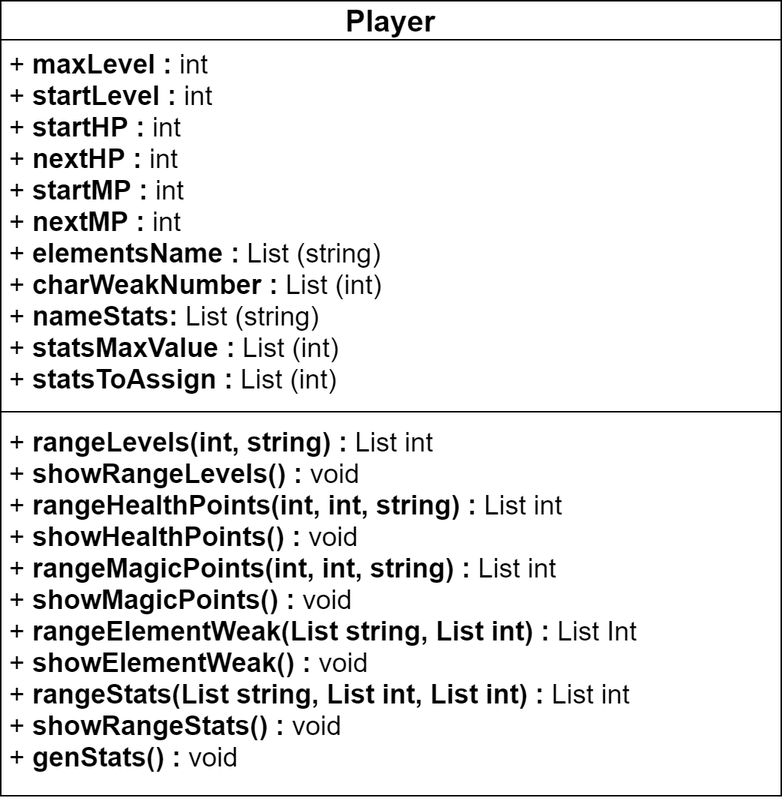
The draw.io diagram img/player_uml.png in rohwid/id-thesis-book-min-electics-its, before a commit. Source tidied: cells renumbered, new cells last; positions are measured from the earlier drawing's top-left corner, leaving out a move shared by most shapes. Its diagram source:
```xml
<mxGraphModel>
  <root>
    <mxCell id="0" />
    <mxCell id="1" parent="0" />
    <mxCell id="2" value="Player" style="swimlane;fontStyle=1;align=center;verticalAlign=bottom;horizontal=1;startSize=26;fontSize=20;labelBackgroundColor=none;labelBorderColor=none;" parent="1" vertex="1">
      <mxGeometry width="520" height="530" as="geometry" />
    </mxCell>
    <mxCell id="3" value="+ &lt;b&gt;maxLevel&lt;/b&gt; &lt;b&gt;:&lt;/b&gt; int&lt;br&gt;+ &lt;b&gt;startLevel&lt;/b&gt; &lt;b&gt;:&lt;/b&gt; int&lt;br&gt;+ &lt;b&gt;startHP&lt;/b&gt; &lt;b&gt;:&lt;/b&gt;&amp;nbsp;int&lt;br&gt;+ &lt;b&gt;nextHP&lt;/b&gt;&amp;nbsp;&lt;b&gt;:&lt;/b&gt;&amp;nbsp;int&lt;br&gt;+ &lt;b&gt;startMP :&lt;/b&gt;&amp;nbsp;int&lt;br&gt;+&amp;nbsp;&lt;b&gt;nextMP :&lt;/b&gt;&amp;nbsp;int&lt;br&gt;+&amp;nbsp;&lt;b&gt;elementsName :&lt;/b&gt;&amp;nbsp;List (string)&lt;br&gt;+&amp;nbsp;&lt;b&gt;charWeakNumber :&lt;/b&gt;&amp;nbsp;List (int)&lt;br&gt;+ &lt;b&gt;nameStats:&lt;/b&gt; List (string)&lt;br&gt;+ &lt;b&gt;statsMaxValue :&lt;/b&gt; List (int)&lt;br&gt;+ &lt;b&gt;statsToAssign :&lt;/b&gt; List (int)" style="text;strokeColor=none;fillColor=none;align=left;verticalAlign=top;spacingLeft=4;spacingRight=4;overflow=hidden;fontSize=18;html=1;" parent="2" vertex="1">
      <mxGeometry y="26" width="520" height="244" as="geometry" />
    </mxCell>
    <mxCell id="4" style="line;strokeWidth=1;fillColor=none;align=left;verticalAlign=middle;spacingTop=-1;spacingLeft=3;spacingRight=3;labelPosition=right;" parent="2" vertex="1">
      <mxGeometry y="270" width="520" height="8" as="geometry" />
    </mxCell>
    <mxCell id="5" value="+ &lt;b&gt;rangeLevels(int, string) :&lt;/b&gt; List int&lt;br&gt;+ &lt;b&gt;showRangeLevels() :&lt;/b&gt; void&lt;br&gt;+ &lt;b&gt;rangeHealthPoints(int, int, string) :&lt;/b&gt; List int&lt;br&gt;+ &lt;b&gt;showHealthPoints() :&lt;/b&gt; void&lt;br&gt;+ &lt;b&gt;rangeMagicPoints(int, int, string) :&lt;/b&gt; List int&lt;br&gt;+ &lt;b&gt;showMagicPoints() :&lt;/b&gt; void&lt;br&gt;+ &lt;b&gt;rangeElementWeak(List string, List int) :&lt;/b&gt; List Int&lt;br&gt;+ &lt;b&gt;showElementWeak() :&lt;/b&gt; void&lt;br&gt;+ &lt;b&gt;rangeStats(List string, List int, List int) :&lt;/b&gt; List int&lt;br&gt;+ &lt;b&gt;showRangeStats() :&lt;/b&gt; void&lt;br&gt;+ &lt;b&gt;genStats() :&lt;/b&gt; void" style="text;strokeColor=none;fillColor=none;align=left;verticalAlign=top;spacingLeft=4;spacingRight=4;overflow=hidden;fontSize=18;html=1;" parent="2" vertex="1">
      <mxGeometry y="278" width="520" height="252" as="geometry" />
    </mxCell>
  </root>
</mxGraphModel>
```
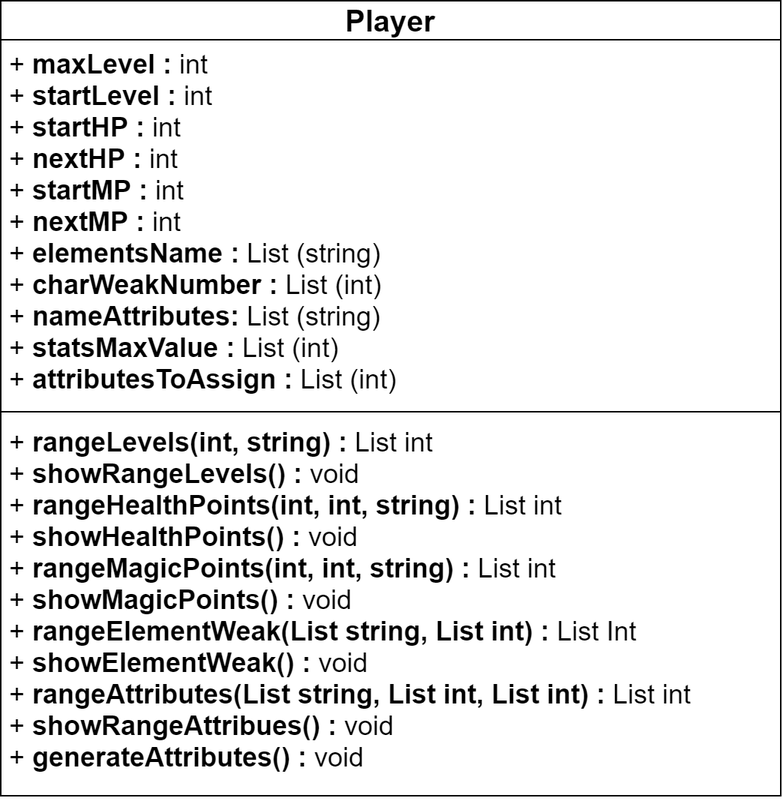
Later version of the same file.

What changed in the source:
```diff
@@ -5,14 +5,14 @@
     <mxCell id="2" value="Player" style="swimlane;fontStyle=1;align=center;verticalAlign=bottom;horizontal=1;startSize=26;fontSize=20;labelBackgroundColor=none;labelBorderColor=none;" parent="1" vertex="1">
       <mxGeometry width="520" height="530" as="geometry" />
     </mxCell>
-    <mxCell id="3" value="+ &lt;b&gt;maxLevel&lt;/b&gt; &lt;b&gt;:&lt;/b&gt; int&lt;br&gt;+ &lt;b&gt;startLevel&lt;/b&gt; &lt;b&gt;:&lt;/b&gt; int&lt;br&gt;+ &lt;b&gt;startHP&lt;/b&gt; &lt;b&gt;:&lt;/b&gt;&amp;nbsp;int&lt;br&gt;+ &lt;b&gt;nextHP&lt;/b&gt;&amp;nbsp;&lt;b&gt;:&lt;/b&gt;&amp;nbsp;int&lt;br&gt;+ &lt;b&gt;startMP :&lt;/b&gt;&amp;nbsp;int&lt;br&gt;+&amp;nbsp;&lt;b&gt;nextMP :&lt;/b&gt;&amp;nbsp;int&lt;br&gt;+&amp;nbsp;&lt;b&gt;elementsName :&lt;/b&gt;&amp;nbsp;List (string)&lt;br&gt;+&amp;nbsp;&lt;b&gt;charWeakNumber :&lt;/b&gt;&amp;nbsp;List (int)&lt;br&gt;+ &lt;b&gt;nameStats:&lt;/b&gt; List (string)&lt;br&gt;+ &lt;b&gt;statsMaxValue :&lt;/b&gt; List (int)&lt;br&gt;+ &lt;b&gt;statsToAssign :&lt;/b&gt; List (int)" style="text;strokeColor=none;fillColor=none;align=left;verticalAlign=top;spacingLeft=4;spacingRight=4;overflow=hidden;fontSize=18;html=1;" parent="2" vertex="1">
-      <mxGeometry y="26" width="520" height="244" as="geometry" />
-    </mxCell>
+    <mxCell id="6" value="+ &lt;b&gt;maxLevel&lt;/b&gt; &lt;b&gt;:&lt;/b&gt; int&lt;br&gt;+ &lt;b&gt;startLevel&lt;/b&gt; &lt;b&gt;:&lt;/b&gt; int&lt;br&gt;+ &lt;b&gt;startHP&lt;/b&gt; &lt;b&gt;:&lt;/b&gt;&amp;nbsp;int&lt;br&gt;+ &lt;b&gt;nextHP&lt;/b&gt;&amp;nbsp;&lt;b&gt;:&lt;/b&gt;&amp;nbsp;int&lt;br&gt;+ &lt;b&gt;startMP :&lt;/b&gt;&amp;nbsp;int&lt;br&gt;+&amp;nbsp;&lt;b&gt;nextMP :&lt;/b&gt;&amp;nbsp;int&lt;br&gt;+&amp;nbsp;&lt;b&gt;elementsName :&lt;/b&gt;&amp;nbsp;List (string)&lt;br&gt;+&amp;nbsp;&lt;b&gt;charWeakNumber :&lt;/b&gt;&amp;nbsp;List (int)&lt;br&gt;+ &lt;b&gt;nameAttributes:&lt;/b&gt; List (string)&lt;br&gt;+ &lt;b&gt;statsMaxValue :&lt;/b&gt; List (int)&lt;br&gt;+ &lt;b&gt;attributesToAssign :&lt;/b&gt; List (int)" style="text;strokeColor=none;fillColor=none;align=left;verticalAlign=top;spacingLeft=4;spacingRight=4;overflow=hidden;fontSize=18;html=1;" parent="2" vertex="1">
+      <mxGeometry y="26" width="520" height="244" as="geometry" />
+    </mxCell>
     <mxCell id="4" style="line;strokeWidth=1;fillColor=none;align=left;verticalAlign=middle;spacingTop=-1;spacingLeft=3;spacingRight=3;labelPosition=right;" parent="2" vertex="1">
       <mxGeometry y="270" width="520" height="8" as="geometry" />
     </mxCell>
-    <mxCell id="5" value="+ &lt;b&gt;rangeLevels(int, string) :&lt;/b&gt; List int&lt;br&gt;+ &lt;b&gt;showRangeLevels() :&lt;/b&gt; void&lt;br&gt;+ &lt;b&gt;rangeHealthPoints(int, int, string) :&lt;/b&gt; List int&lt;br&gt;+ &lt;b&gt;showHealthPoints() :&lt;/b&gt; void&lt;br&gt;+ &lt;b&gt;rangeMagicPoints(int, int, string) :&lt;/b&gt; List int&lt;br&gt;+ &lt;b&gt;showMagicPoints() :&lt;/b&gt; void&lt;br&gt;+ &lt;b&gt;rangeElementWeak(List string, List int) :&lt;/b&gt; List Int&lt;br&gt;+ &lt;b&gt;showElementWeak() :&lt;/b&gt; void&lt;br&gt;+ &lt;b&gt;rangeStats(List string, List int, List int) :&lt;/b&gt; List int&lt;br&gt;+ &lt;b&gt;showRangeStats() :&lt;/b&gt; void&lt;br&gt;+ &lt;b&gt;genStats() :&lt;/b&gt; void" style="text;strokeColor=none;fillColor=none;align=left;verticalAlign=top;spacingLeft=4;spacingRight=4;overflow=hidden;fontSize=18;html=1;" parent="2" vertex="1">
-      <mxGeometry y="278" width="520" height="252" as="geometry" />
-    </mxCell>
+    <mxCell id="7" value="+ &lt;b&gt;rangeLevels(int, string) :&lt;/b&gt; List int&lt;br&gt;+ &lt;b&gt;showRangeLevels() :&lt;/b&gt; void&lt;br&gt;+ &lt;b&gt;rangeHealthPoints(int, int, string) :&lt;/b&gt; List int&lt;br&gt;+ &lt;b&gt;showHealthPoints() :&lt;/b&gt; void&lt;br&gt;+ &lt;b&gt;rangeMagicPoints(int, int, string) :&lt;/b&gt; List int&lt;br&gt;+ &lt;b&gt;showMagicPoints() :&lt;/b&gt; void&lt;br&gt;+ &lt;b&gt;rangeElementWeak(List string, List int) :&lt;/b&gt; List Int&lt;br&gt;+ &lt;b&gt;showElementWeak() :&lt;/b&gt; void&lt;br&gt;+ &lt;b&gt;rangeAttributes(List string, List int, List int) :&lt;/b&gt; List int&lt;br&gt;+ &lt;b&gt;showRangeAttribues() :&lt;/b&gt; void&lt;br&gt;+ &lt;b&gt;generateAttributes() :&lt;/b&gt; void" style="text;strokeColor=none;fillColor=none;align=left;verticalAlign=top;spacingLeft=4;spacingRight=4;overflow=hidden;fontSize=18;html=1;" parent="2" vertex="1">
+      <mxGeometry y="278" width="520" height="252" as="geometry" />
+    </mxCell>
   </root>
 </mxGraphModel>
```
